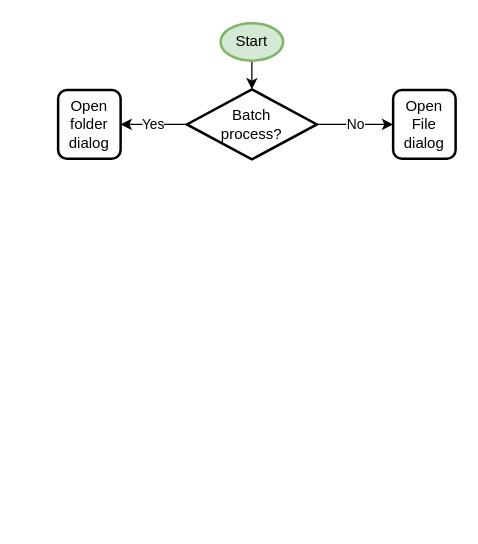
This is JES_Soup_Scrape.drawio from benstanfish/Diagrams, a draw.io file, before an edit. Source tidied: cells renumbered, new cells numbered last; positions are measured from the earlier drawing's top-left corner, leaving out a move shared by most shapes. Both pictures are drawn from the tidied source at 125%, with x=0, y=0 at pixel (58, 22).
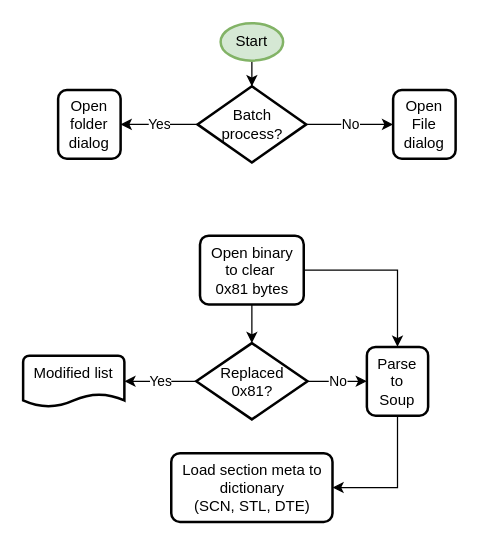
The same diagram, later.

The edit, as a diff of the source:
```diff
@@
 <mxGraphModel>
   <root>
     <mxCell id="0" />
     <mxCell id="1" parent="0" />
     <mxCell id="2" style="edgeStyle=orthogonalEdgeStyle;rounded=0;jettySize=auto;html=1;" parent="1" edge="1" source="3" target="6">
       <mxGeometry relative="1" as="geometry" />
     </mxCell>
     <mxCell id="3" value="Start" style="strokeWidth=2;html=1;shape=mxgraph.flowchart.start_1;whiteSpace=wrap;fillColor=#d5e8d4;strokeColor=#82b366;" parent="1" vertex="1">
       <mxGeometry x="130" width="50" height="30" as="geometry" />
     </mxCell>
     <mxCell id="4" value="Yes" style="edgeStyle=orthogonalEdgeStyle;rounded=0;jettySize=auto;html=1;" parent="1" edge="1" source="6" target="7">
       <mxGeometry relative="1" as="geometry" />
     </mxCell>
     <mxCell id="5" value="No" style="edgeStyle=orthogonalEdgeStyle;rounded=0;jettySize=auto;html=1;entryX=0;entryY=0.5;entryDx=0;entryDy=0;" parent="1" edge="1" source="6" target="8">
       <mxGeometry relative="1" as="geometry" />
     </mxCell>
-    <mxCell id="6" value="Batch&lt;div&gt;process?&lt;/div&gt;" style="strokeWidth=2;html=1;shape=mxgraph.flowchart.decision;whiteSpace=wrap;" parent="1" vertex="1">
-      <mxGeometry x="103" y="53" width="104" height="56" as="geometry" />
+    <mxCell id="6" value="Batch&lt;div&gt;process?&lt;/div&gt;" style="strokeWidth=2;html=1;shape=mxgraph.flowchart.decision;whiteSpace=wrap;spacing=12;" parent="1" vertex="1">
+      <mxGeometry x="111.5" y="50.5" width="87" height="61" as="geometry" />
     </mxCell>
     <mxCell id="7" value="Open&lt;div&gt;folder&lt;/div&gt;&lt;div&gt;dialog&lt;/div&gt;" style="rounded=1;whiteSpace=wrap;html=1;absoluteArcSize=1;arcSize=14;strokeWidth=2;" parent="1" vertex="1">
       <mxGeometry y="53.5" width="50" height="55" as="geometry" />
     </mxCell>
     <mxCell id="8" value="Open&lt;div&gt;File&lt;div&gt;dialog&lt;/div&gt;&lt;/div&gt;" style="rounded=1;whiteSpace=wrap;html=1;absoluteArcSize=1;arcSize=14;strokeWidth=2;" parent="1" vertex="1">
       <mxGeometry x="268" y="53.5" width="50" height="55" as="geometry" />
     </mxCell>
+    <mxCell id="9" style="edgeStyle=orthogonalEdgeStyle;rounded=0;jettySize=auto;html=1;" parent="1" edge="1" source="11" target="14">
+      <mxGeometry relative="1" as="geometry" />
+    </mxCell>
+    <mxCell id="10" style="edgeStyle=orthogonalEdgeStyle;rounded=0;jettySize=auto;html=1;" parent="1" edge="1" source="11" target="17">
+      <mxGeometry relative="1" as="geometry" />
+    </mxCell>
+    <mxCell id="11" value="Open binary&lt;div&gt;&lt;span style=&quot;background-color: initial;&quot;&gt;to clear&amp;nbsp;&lt;/span&gt;&lt;/div&gt;&lt;div&gt;&lt;span style=&quot;background-color: initial;&quot;&gt;0x81 bytes&lt;/span&gt;&lt;/div&gt;" style="rounded=1;whiteSpace=wrap;html=1;absoluteArcSize=1;arcSize=14;strokeWidth=2;" parent="1" vertex="1">
+      <mxGeometry x="113.5" y="170" width="83" height="55" as="geometry" />
+    </mxCell>
+    <mxCell id="12" value="Yes" style="edgeStyle=orthogonalEdgeStyle;rounded=0;jettySize=auto;html=1;" parent="1" edge="1" source="14" target="15">
+      <mxGeometry relative="1" as="geometry" />
+    </mxCell>
+    <mxCell id="13" value="No" style="edgeStyle=orthogonalEdgeStyle;rounded=0;jettySize=auto;html=1;entryX=0;entryY=0.5;entryDx=0;entryDy=0;" parent="1" edge="1" source="14" target="17">
+      <mxGeometry relative="1" as="geometry" />
+    </mxCell>
+    <mxCell id="14" value="Replaced&lt;div&gt;0x81?&lt;/div&gt;" style="strokeWidth=2;html=1;shape=mxgraph.flowchart.decision;whiteSpace=wrap;spacing=12;" parent="1" vertex="1">
+      <mxGeometry x="110.5" y="256" width="89" height="61" as="geometry" />
+    </mxCell>
+    <mxCell id="15" value="Modified list&lt;div&gt;&lt;br&gt;&lt;/div&gt;" style="strokeWidth=2;html=1;shape=mxgraph.flowchart.document2;whiteSpace=wrap;size=0.25;" parent="1" vertex="1">
+      <mxGeometry x="-28" y="266" width="81" height="41" as="geometry" />
+    </mxCell>
+    <mxCell id="16" style="edgeStyle=orthogonalEdgeStyle;rounded=0;jettySize=auto;html=1;entryX=1;entryY=0.5;entryDx=0;entryDy=0;exitX=0.5;exitY=1;exitDx=0;exitDy=0;" parent="1" edge="1" source="17" target="18">
+      <mxGeometry relative="1" as="geometry" />
+    </mxCell>
+    <mxCell id="17" value="Parse&lt;div&gt;to&lt;/div&gt;&lt;div&gt;Soup&lt;/div&gt;" style="rounded=1;whiteSpace=wrap;html=1;absoluteArcSize=1;arcSize=14;strokeWidth=2;" parent="1" vertex="1">
+      <mxGeometry x="247" y="259" width="49" height="55" as="geometry" />
+    </mxCell>
+    <mxCell id="18" value="Load section meta to&lt;div&gt;dictionary&lt;/div&gt;&lt;div&gt;(SCN, STL, DTE)&lt;/div&gt;" style="rounded=1;whiteSpace=wrap;html=1;absoluteArcSize=1;arcSize=14;strokeWidth=2;" parent="1" vertex="1">
+      <mxGeometry x="90.5" y="344" width="129" height="55" as="geometry" />
+    </mxCell>
   </root>
 </mxGraphModel>
```
